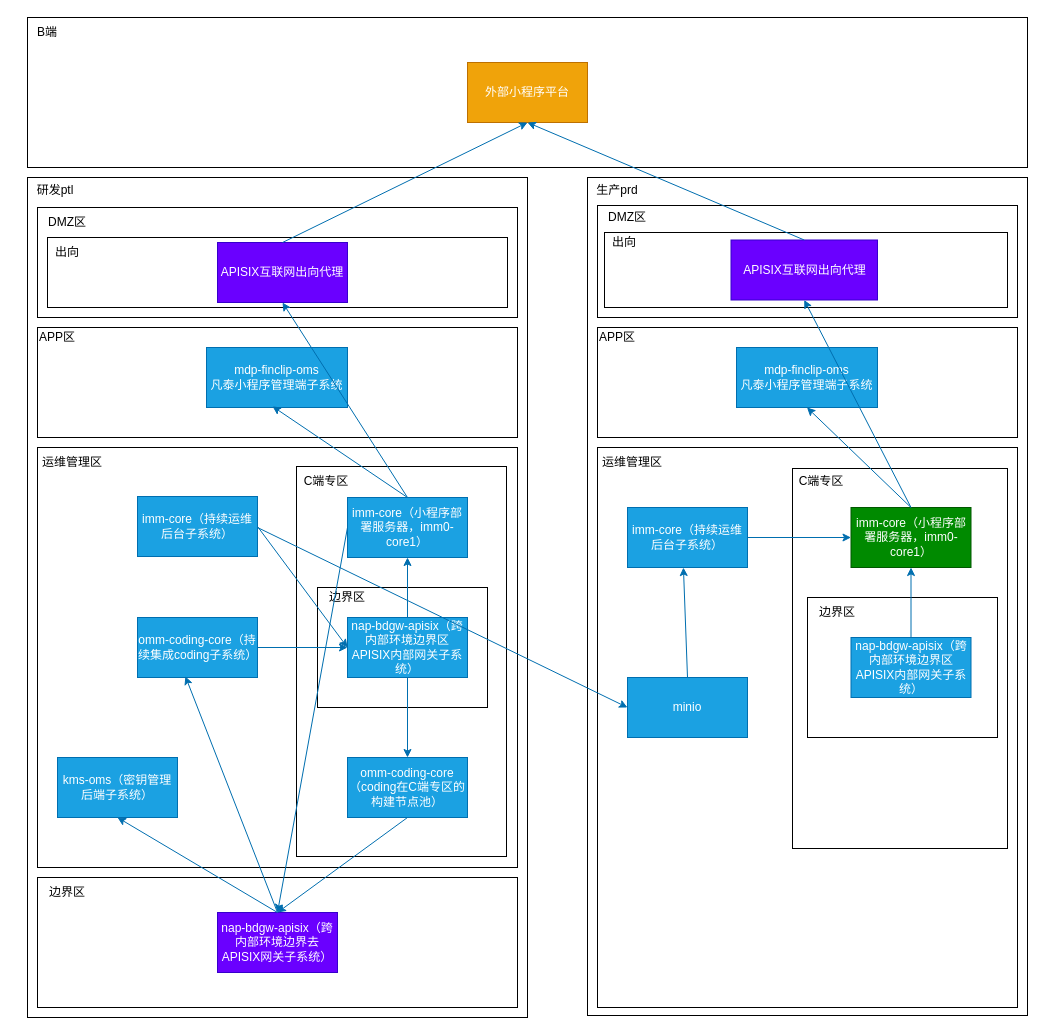
Earlier version of the draw.io diagram 小程序部署架构图--生产搭C端专区.drawio (lao-chengyong/-). Source tidied: cells renumbered, new cells numbered last; positions are measured from the earlier drawing's top-left corner, leaving out a move shared by most shapes. Both pictures are drawn from the tidied source at 100%, with x=0, y=0 at pixel (17, 17).
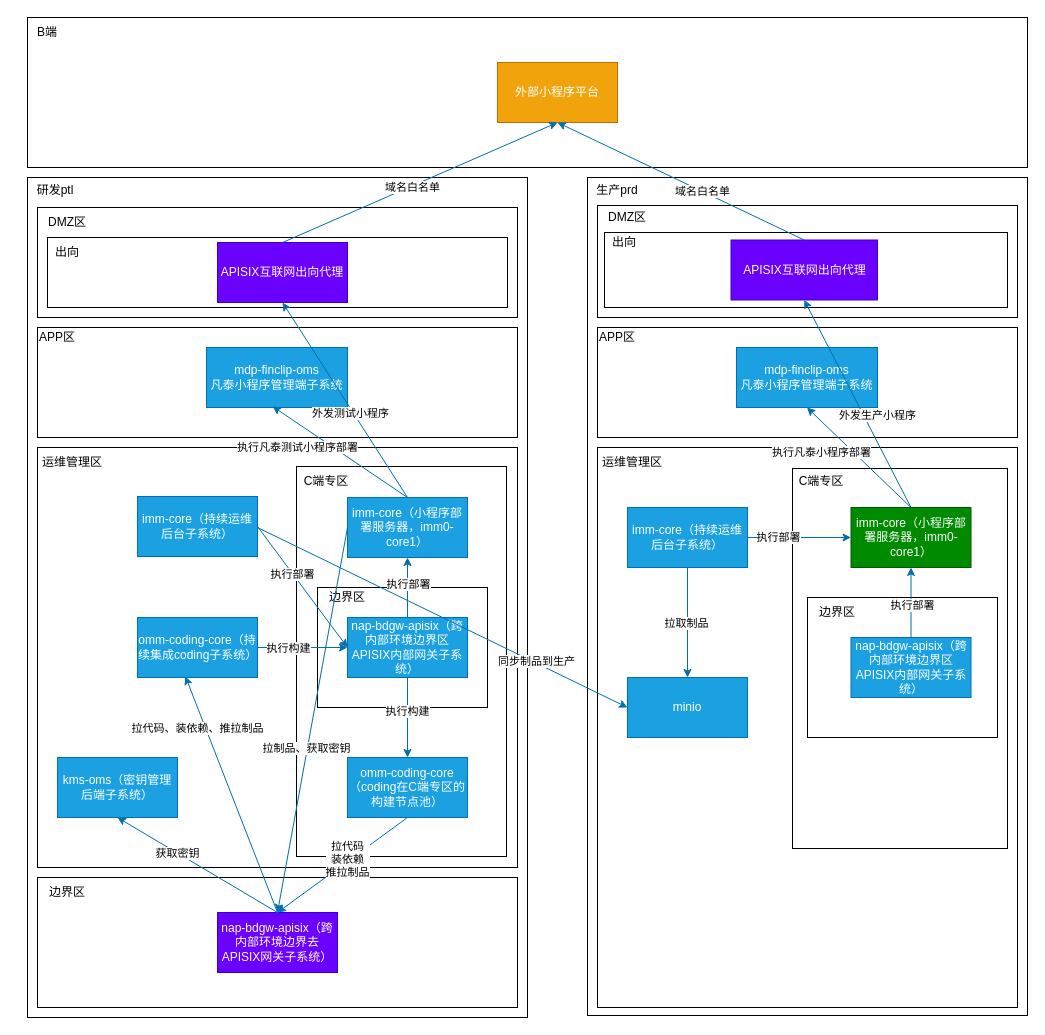
The same page after the edit.

Commit message:
更新小程序部署架构图--生产搭C端专区.drawio

Unchanged cells that the change refers to:
```xml
<mxCell id="34" value="imm-core（持续运维后台子系统）" style="rounded=0;whiteSpace=wrap;html=1;fillColor=#1ba1e2;fontColor=#ffffff;strokeColor=#006EAF;" parent="1" vertex="1">
  <mxGeometry x="610" y="490" width="120" height="60" as="geometry" />
</mxCell>
<mxCell id="44" style="endArrow=classic;html=1;rounded=0;exitX=0.5;exitY=0;exitDx=0;exitDy=0;entryX=0.5;entryY=1;entryDx=0;entryDy=0;fillColor=#1ba1e2;strokeColor=#006EAF;" parent="1" edge="1" source="8" target="9">
  <mxGeometry relative="1" as="geometry" />
</mxCell>
<mxCell id="45" style="endArrow=classic;html=1;rounded=0;exitX=0.5;exitY=0;exitDx=0;exitDy=0;entryX=0.399;entryY=0.981;entryDx=0;entryDy=0;fillColor=#1ba1e2;strokeColor=#006EAF;entryPerimeter=0;" parent="1" edge="1" source="8" target="10">
  <mxGeometry relative="1" as="geometry" />
</mxCell>
<mxCell id="46" style="endArrow=classic;html=1;rounded=0;exitX=0.5;exitY=1;exitDx=0;exitDy=0;fillColor=#1ba1e2;strokeColor=#006EAF;entryX=0.5;entryY=0;entryDx=0;entryDy=0;" parent="1" edge="1" source="14" target="8">
  <mxGeometry relative="1" as="geometry" />
</mxCell>
<mxCell id="50" style="endArrow=classic;html=1;rounded=0;exitX=0.5;exitY=1;exitDx=0;exitDy=0;fillColor=#1ba1e2;strokeColor=#006EAF;" parent="1" edge="1" source="48" target="14">
  <mxGeometry relative="1" as="geometry" />
</mxCell>
<mxCell id="51" style="endArrow=classic;html=1;rounded=0;exitX=0.5;exitY=0;exitDx=0;exitDy=0;fillColor=#1ba1e2;strokeColor=#006EAF;entryX=0.5;entryY=1;entryDx=0;entryDy=0;" parent="1" edge="1" source="48" target="13">
  <mxGeometry relative="1" as="geometry" />
</mxCell>
<mxCell id="52" style="endArrow=classic;html=1;rounded=0;exitX=0;exitY=0.5;exitDx=0;exitDy=0;fillColor=#1ba1e2;strokeColor=#006EAF;entryX=0.5;entryY=0;entryDx=0;entryDy=0;" parent="1" edge="1" source="13" target="8">
  <mxGeometry relative="1" as="geometry" />
</mxCell>
<mxCell id="53" style="endArrow=classic;html=1;rounded=0;exitX=1;exitY=0.5;exitDx=0;exitDy=0;fillColor=#1ba1e2;strokeColor=#006EAF;entryX=0;entryY=0.5;entryDx=0;entryDy=0;" parent="1" edge="1" source="11" target="48">
  <mxGeometry relative="1" as="geometry" />
</mxCell>
<mxCell id="54" style="endArrow=classic;html=1;rounded=0;exitX=1;exitY=0.5;exitDx=0;exitDy=0;fillColor=#1ba1e2;strokeColor=#006EAF;entryX=0;entryY=0.5;entryDx=0;entryDy=0;" parent="1" edge="1" source="10" target="48">
  <mxGeometry relative="1" as="geometry" />
</mxCell>
<mxCell id="55" style="endArrow=classic;html=1;rounded=0;exitX=0.5;exitY=0;exitDx=0;exitDy=0;fillColor=#1ba1e2;strokeColor=#006EAF;entryX=0.5;entryY=1;entryDx=0;entryDy=0;" parent="1" edge="1" source="13" target="27">
  <mxGeometry relative="1" as="geometry" />
</mxCell>
<mxCell id="56" style="endArrow=classic;html=1;rounded=0;exitX=0.5;exitY=0;exitDx=0;exitDy=0;fillColor=#1ba1e2;strokeColor=#006EAF;entryX=0.5;entryY=1;entryDx=0;entryDy=0;" parent="1" edge="1" source="27" target="43">
  <mxGeometry relative="1" as="geometry" />
</mxCell>
<mxCell id="57" style="endArrow=classic;html=1;rounded=0;exitX=0.5;exitY=0;exitDx=0;exitDy=0;fillColor=#1ba1e2;strokeColor=#006EAF;entryX=0.468;entryY=0.981;entryDx=0;entryDy=0;entryPerimeter=0;" parent="1" edge="1" source="13" target="37">
  <mxGeometry relative="1" as="geometry" />
</mxCell>
<mxCell id="58" style="endArrow=classic;html=1;rounded=0;exitX=0.5;exitY=0;exitDx=0;exitDy=0;fillColor=#1ba1e2;strokeColor=#006EAF;entryX=0.5;entryY=1;entryDx=0;entryDy=0;" parent="1" edge="1" source="28" target="43">
  <mxGeometry relative="1" as="geometry" />
</mxCell>
<mxCell id="59" style="endArrow=classic;html=1;rounded=0;exitX=0.5;exitY=0;exitDx=0;exitDy=0;fillColor=#1ba1e2;strokeColor=#006EAF;entryX=0.5;entryY=1;entryDx=0;entryDy=0;" parent="1" edge="1" source="33" target="40">
  <mxGeometry relative="1" as="geometry" />
</mxCell>
<mxCell id="60" style="endArrow=classic;html=1;rounded=0;fillColor=#1ba1e2;strokeColor=#006EAF;entryX=0.5;entryY=1;entryDx=0;entryDy=0;exitX=0.5;exitY=0;exitDx=0;exitDy=0;" parent="1" edge="1" source="33" target="28">
  <mxGeometry relative="1" as="geometry" />
</mxCell>
<mxCell id="61" style="endArrow=classic;html=1;rounded=0;fillColor=#1ba1e2;strokeColor=#006EAF;entryX=0;entryY=0.5;entryDx=0;entryDy=0;exitX=1;exitY=0.5;exitDx=0;exitDy=0;" parent="1" edge="1" source="34" target="33">
  <mxGeometry relative="1" as="geometry" />
</mxCell>
<mxCell id="65" style="endArrow=classic;html=1;rounded=0;exitX=0.5;exitY=0;exitDx=0;exitDy=0;fillColor=#1ba1e2;strokeColor=#006EAF;entryX=0.5;entryY=1;entryDx=0;entryDy=0;" parent="1" edge="1" source="64" target="33">
  <mxGeometry relative="1" as="geometry" />
</mxCell>
<mxCell id="66" value="minio" style="rounded=0;whiteSpace=wrap;html=1;fillColor=#1ba1e2;fontColor=#ffffff;strokeColor=#006EAF;" parent="1" vertex="1">
  <mxGeometry x="610" y="660" width="120" height="60" as="geometry" />
</mxCell>
<mxCell id="67" style="endArrow=classic;html=1;rounded=0;entryX=0;entryY=0.5;entryDx=0;entryDy=0;fillColor=#1ba1e2;strokeColor=#006EAF;" parent="1" edge="1" target="66">
  <mxGeometry relative="1" as="geometry">
    <mxPoint x="240" y="510" as="sourcePoint" />
  </mxGeometry>
</mxCell>
```

Diff of the diagram source:
```diff
@@
     <mxCell id="43" value="外部小程序平台" style="rounded=0;whiteSpace=wrap;html=1;fillColor=#f0a30a;fontColor=#FFFFFF;strokeColor=#BD7000;" parent="1" vertex="1">
-      <mxGeometry x="450" y="45" width="120" height="60" as="geometry" />
+      <mxGeometry x="480" y="45" width="120" height="60" as="geometry" />
     </mxCell>
@@
+    <mxCell id="69" value="获取密钥" style="edgeLabel;html=1;align=center;verticalAlign=middle;" parent="44" vertex="1">
+      <mxGeometry x="0.26" relative="1" as="geometry" />
+    </mxCell>
@@
+    <mxCell id="70" value="拉代码、装依赖、推拉制品" style="edgeLabel;html=1;align=center;verticalAlign=middle;" parent="45" vertex="1">
+      <mxGeometry x="0.72" y="3" relative="1" as="geometry">
+        <mxPoint x="2" y="18" as="offset" />
+      </mxGeometry>
+    </mxCell>
@@
+    <mxCell id="71" value="拉代码&lt;br&gt;装依赖&lt;br&gt;推拉制品" style="edgeLabel;html=1;align=center;verticalAlign=middle;" parent="46" vertex="1">
+      <mxGeometry x="-0.09" y="-2" relative="1" as="geometry" />
+    </mxCell>
@@
+    <mxCell id="72" value="执行构建" style="edgeLabel;html=1;align=center;verticalAlign=middle;" parent="50" vertex="1">
+      <mxGeometry x="-0.17" y="-1" relative="1" as="geometry" />
+    </mxCell>
@@
+    <mxCell id="73" value="执行部署" style="edgeLabel;html=1;align=center;verticalAlign=middle;" parent="51" vertex="1">
+      <mxGeometry x="0.12" relative="1" as="geometry" />
+    </mxCell>
@@
+    <mxCell id="74" value="拉制品、获取密钥" style="edgeLabel;html=1;align=center;verticalAlign=middle;" parent="52" vertex="1">
+      <mxGeometry x="0.22" y="1" relative="1" as="geometry">
+        <mxPoint y="-15" as="offset" />
+      </mxGeometry>
+    </mxCell>
@@
+    <mxCell id="75" value="执行部署" style="edgeLabel;html=1;align=center;verticalAlign=middle;" parent="53" vertex="1">
+      <mxGeometry x="-0.22" y="-1" relative="1" as="geometry" />
+    </mxCell>
@@
+    <mxCell id="76" value="执行构建" style="edgeLabel;html=1;align=center;verticalAlign=middle;" parent="54" vertex="1">
+      <mxGeometry x="-0.57" y="-2" relative="1" as="geometry">
+        <mxPoint x="11" y="-2" as="offset" />
+      </mxGeometry>
+    </mxCell>
@@
+    <mxCell id="77" value="外发测试小程序" style="edgeLabel;html=1;align=center;verticalAlign=middle;" parent="55" vertex="1">
+      <mxGeometry x="-0.13" y="3" relative="1" as="geometry">
+        <mxPoint y="-1" as="offset" />
+      </mxGeometry>
+    </mxCell>
@@
+    <mxCell id="78" value="域名白名单" style="edgeLabel;html=1;align=center;verticalAlign=middle;" parent="56" vertex="1">
+      <mxGeometry x="-0.06" y="-1" relative="1" as="geometry" />
+    </mxCell>
@@
+    <mxCell id="79" value="执行凡泰测试小程序部署" style="edgeLabel;html=1;align=center;verticalAlign=middle;" parent="57" vertex="1">
+      <mxGeometry x="-0.03" y="-1" relative="1" as="geometry">
+        <mxPoint x="-46" y="-5" as="offset" />
+      </mxGeometry>
+    </mxCell>
@@
+    <mxCell id="80" value="域名白名单" style="edgeLabel;html=1;align=center;verticalAlign=middle;" parent="58" vertex="1">
+      <mxGeometry x="-0.17" relative="1" as="geometry" />
+    </mxCell>
@@
+    <mxCell id="81" value="执行凡泰小程序部署" style="edgeLabel;html=1;align=center;verticalAlign=middle;" parent="59" vertex="1">
+      <mxGeometry x="0.12" y="1" relative="1" as="geometry">
+        <mxPoint x="-31" as="offset" />
+      </mxGeometry>
+    </mxCell>
@@
+    <mxCell id="82" value="外发生产小程序" style="edgeLabel;html=1;align=center;verticalAlign=middle;" parent="60" vertex="1">
+      <mxGeometry x="-0.11" relative="1" as="geometry">
+        <mxPoint x="14" as="offset" />
+      </mxGeometry>
+    </mxCell>
@@
+    <mxCell id="83" value="执行部署" style="edgeLabel;html=1;align=center;verticalAlign=middle;" parent="61" vertex="1">
+      <mxGeometry x="-0.42" y="1" relative="1" as="geometry" />
+    </mxCell>
@@
+    <mxCell id="84" value="执行部署" style="edgeLabel;html=1;align=center;verticalAlign=middle;" parent="65" vertex="1">
+      <mxGeometry x="-0.05" y="-1" relative="1" as="geometry" />
+    </mxCell>
@@
+    <mxCell id="85" value="同步制品到生产" style="edgeLabel;html=1;align=center;verticalAlign=middle;" parent="67" vertex="1">
+      <mxGeometry x="-0.29" y="3" relative="1" as="geometry">
+        <mxPoint x="146" y="72" as="offset" />
+      </mxGeometry>
+    </mxCell>
-    <mxCell id="68" style="endArrow=classic;html=1;rounded=0;fillColor=#1ba1e2;strokeColor=#006EAF;entryX=0.466;entryY=1.001;entryDx=0;entryDy=0;exitX=0.5;exitY=0;exitDx=0;exitDy=0;entryPerimeter=0;" parent="1" edge="1" source="66" target="34">
+    <mxCell id="68" style="endArrow=classic;html=1;rounded=0;fillColor=#1ba1e2;strokeColor=#006EAF;entryX=0.5;entryY=0;entryDx=0;entryDy=0;exitX=0.5;exitY=1;exitDx=0;exitDy=0;" parent="1" edge="1" source="34" target="66">
       <mxGeometry relative="1" as="geometry" />
     </mxCell>
+    <mxCell id="86" value="拉取制品" style="edgeLabel;html=1;align=center;verticalAlign=middle;" parent="68" vertex="1">
+      <mxGeometry y="-2" relative="1" as="geometry" />
+    </mxCell>
```
